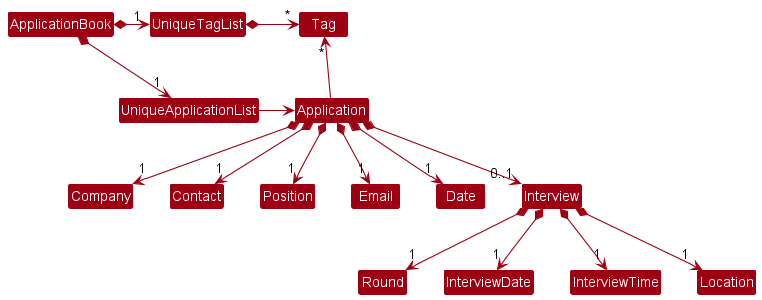
Before: docs/images/ApplicationClassDiagram.png, a diagram exported from PlantUML (nus-cs2103-AY2223S1/tp).
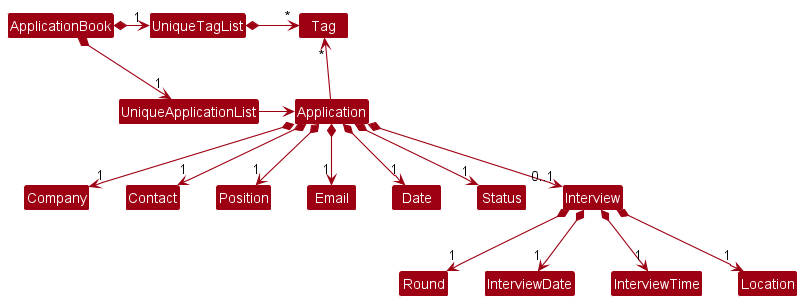
Later version of the same file.

Commit message:
Update diagram for Status feature in DG

Change to the diagram source:
```diff
@@ -19,6 +19,7 @@
 Application *--> "1" Position
 Application *--> "1" Email
 Application *--> "1" Date
+Application *--> "1" Status
 Application *--> "0..1" Interview
 
 Interview *--> "1" Round
```
